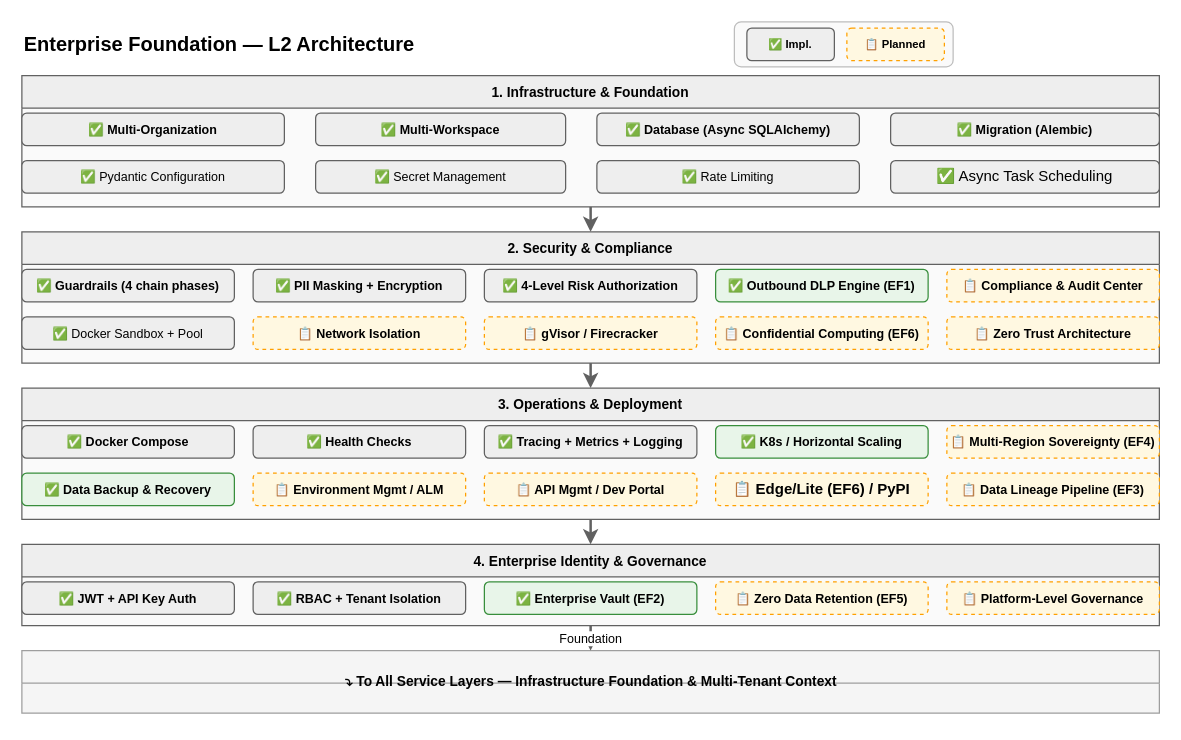
The draw.io diagram docs/design/hardware/enterprise-foundation-l2.drawio in xueyufish/hecate, before the edit. Source tidied: cells renumbered, new cells numbered last; positions are measured from the earlier drawing's top-left corner, leaving out a move shared by most shapes. Both pictures are drawn from the tidied source at 125%, with x=0, y=0 at pixel (21, 21).
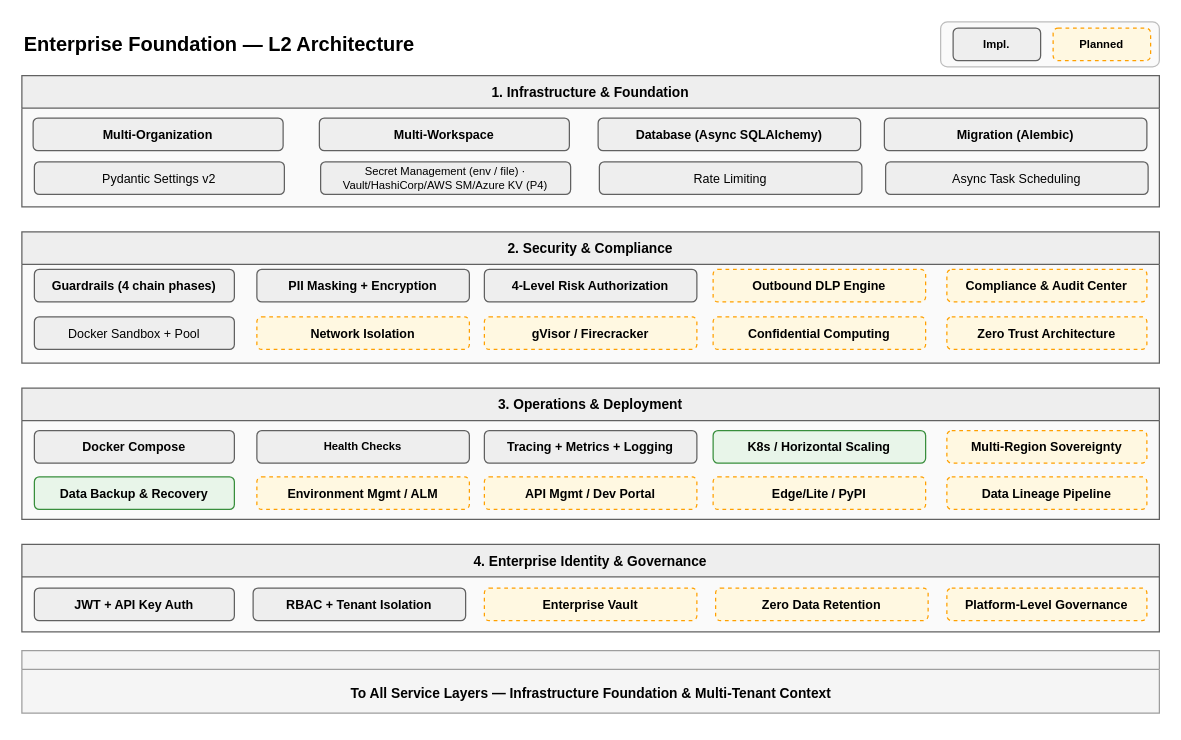
The same diagram, later.

Unchanged cells that the change refers to:
```xml
<mxCell id="6" value="1. Infrastructure &amp; Foundation" style="swimlane;startSize=26;fillColor=#EEEEEE;strokeColor=#616161;fontSize=11;fontStyle=1;swimlaneFillColor=#FAFAFA;" parent="1" vertex="1">
  <mxGeometry y="43" width="910" height="105" as="geometry" />
</mxCell>
<mxCell id="15" value="2. Security &amp; Compliance" style="swimlane;startSize=26;fillColor=#EEEEEE;strokeColor=#616161;fontSize=11;fontStyle=1;swimlaneFillColor=#FAFAFA;" parent="1" vertex="1">
  <mxGeometry y="168" width="910" height="105" as="geometry" />
</mxCell>
<mxCell id="26" value="3. Operations &amp; Deployment" style="swimlane;startSize=26;fillColor=#EEEEEE;strokeColor=#616161;fontSize=11;fontStyle=1;swimlaneFillColor=#FAFAFA;" parent="1" vertex="1">
  <mxGeometry y="293" width="910" height="105" as="geometry" />
</mxCell>
```

Change to the diagram source:
```diff
@@
     <mxCell id="2" style="rounded=1;whiteSpace=wrap;html=1;fillColor=#FAFAFA;strokeColor=#BDBDBD;strokeWidth=1;" parent="1" vertex="1">
-      <mxGeometry x="570" width="175" height="36" as="geometry" />
+      <mxGeometry x="735" width="175" height="36" as="geometry" />
     </mxCell>
-    <mxCell id="3" value="✅ Impl." style="rounded=1;whiteSpace=wrap;html=1;fillColor=#EEEEEE;strokeColor=#616161;fontSize=9;fontStyle=1;" parent="1" vertex="1">
-      <mxGeometry x="580" y="5" width="70" height="26" as="geometry" />
+    <mxCell id="3" value="Impl." style="rounded=1;whiteSpace=wrap;html=1;fillColor=#EEEEEE;strokeColor=#616161;fontSize=9;fontStyle=1;" parent="1" vertex="1">
+      <mxGeometry x="745" y="5" width="70" height="26" as="geometry" />
     </mxCell>
-    <mxCell id="4" value="📋 Planned" style="rounded=1;whiteSpace=wrap;html=1;fillColor=#FFF8E1;strokeColor=#FFA000;fontSize=9;fontStyle=1;dashed=1;" parent="1" vertex="1">
-      <mxGeometry x="660" y="5" width="78" height="26" as="geometry" />
+    <mxCell id="4" value="Planned" style="rounded=1;whiteSpace=wrap;html=1;fillColor=#FFF8E1;strokeColor=#FFA000;fontSize=9;fontStyle=1;dashed=1;" parent="1" vertex="1">
+      <mxGeometry x="825" y="5" width="78" height="26" as="geometry" />
     </mxCell>
@@
-    <mxCell id="7" value="✅ Multi-Organization" style="rounded=1;whiteSpace=wrap;html=1;fillColor=#EEEEEE;strokeColor=#616161;fontSize=10;fontStyle=1;" parent="6" vertex="1">
-      <mxGeometry y="30" width="210" height="26" as="geometry" />
+    <mxCell id="7" value="Multi-Organization" style="rounded=1;whiteSpace=wrap;html=1;fillColor=#EEEEEE;strokeColor=#616161;fontSize=10;fontStyle=1;" parent="6" vertex="1">
+      <mxGeometry x="9" y="34" width="200" height="26" as="geometry" />
     </mxCell>
-    <mxCell id="8" value="✅ Multi-Workspace" style="rounded=1;whiteSpace=wrap;html=1;fillColor=#EEEEEE;strokeColor=#616161;fontSize=10;fontStyle=1;" parent="6" vertex="1">
-      <mxGeometry x="235" y="30" width="200" height="26" as="geometry" />
+    <mxCell id="8" value="Multi-Workspace" style="rounded=1;whiteSpace=wrap;html=1;fillColor=#EEEEEE;strokeColor=#616161;fontSize=10;fontStyle=1;" parent="6" vertex="1">
+      <mxGeometry x="238" y="34" width="200" height="26" as="geometry" />
     </mxCell>
-    <mxCell id="9" value="✅ Database (Async SQLAlchemy)" style="rounded=1;whiteSpace=wrap;html=1;fillColor=#EEEEEE;strokeColor=#616161;fontSize=10;fontStyle=1;" parent="6" vertex="1">
-      <mxGeometry x="460" y="30" width="210" height="26" as="geometry" />
+    <mxCell id="9" value="Database (Async SQLAlchemy)" style="rounded=1;whiteSpace=wrap;html=1;fillColor=#EEEEEE;strokeColor=#616161;fontSize=10;fontStyle=1;" parent="6" vertex="1">
+      <mxGeometry x="461" y="34" width="210" height="26" as="geometry" />
     </mxCell>
-    <mxCell id="10" value="✅ Migration (Alembic)" style="rounded=1;whiteSpace=wrap;html=1;fillColor=#EEEEEE;strokeColor=#616161;fontSize=10;fontStyle=1;" parent="6" vertex="1">
-      <mxGeometry x="695" y="30" width="215" height="26" as="geometry" />
+    <mxCell id="10" value="Migration (Alembic)" style="rounded=1;whiteSpace=wrap;html=1;fillColor=#EEEEEE;strokeColor=#616161;fontSize=10;fontStyle=1;" parent="6" vertex="1">
+      <mxGeometry x="690" y="34" width="210" height="26" as="geometry" />
     </mxCell>
-    <mxCell id="11" value="✅ Pydantic Configuration" style="rounded=1;whiteSpace=wrap;html=1;fillColor=#EEEEEE;strokeColor=#616161;fontSize=10;" parent="6" vertex="1">
-      <mxGeometry y="68" width="210" height="26" as="geometry" />
+    <mxCell id="11" value="Pydantic Settings v2" style="rounded=1;whiteSpace=wrap;html=1;fillColor=#EEEEEE;strokeColor=#616161;fontSize=10;" parent="6" vertex="1">
+      <mxGeometry x="10" y="69" width="200" height="26" as="geometry" />
     </mxCell>
-    <mxCell id="12" value="✅ Secret Management" style="rounded=1;whiteSpace=wrap;html=1;fillColor=#EEEEEE;strokeColor=#616161;fontSize=10;" parent="6" vertex="1">
-      <mxGeometry x="235" y="68" width="200" height="26" as="geometry" />
+    <mxCell id="12" value="Secret Management (env / file) · Vault/HashiCorp/AWS SM/Azure KV (P4)" style="rounded=1;whiteSpace=wrap;html=1;fillColor=#EEEEEE;strokeColor=#616161;fontSize=9;" parent="6" vertex="1">
+      <mxGeometry x="239" y="69" width="200" height="26" as="geometry" />
     </mxCell>
-    <mxCell id="13" value="✅ Rate Limiting" style="rounded=1;whiteSpace=wrap;html=1;fillColor=#EEEEEE;strokeColor=#616161;fontSize=10;" parent="6" vertex="1">
-      <mxGeometry x="460" y="68" width="210" height="26" as="geometry" />
+    <mxCell id="13" value="Rate Limiting" style="rounded=1;whiteSpace=wrap;html=1;fillColor=#EEEEEE;strokeColor=#616161;fontSize=10;" parent="6" vertex="1">
+      <mxGeometry x="462" y="69" width="210" height="26" as="geometry" />
     </mxCell>
-    <mxCell id="14" value="✅ Async Task Scheduling" style="rounded=1;whiteSpace=wrap;html=1;fillColor=#EEEEEE;strokeColor=#616161;fontSize:10;" parent="6" vertex="1">
-      <mxGeometry x="695" y="68" width="215" height="26" as="geometry" />
+    <mxCell id="14" value="Async Task Scheduling" style="rounded=1;whiteSpace=wrap;html=1;fillColor=#EEEEEE;strokeColor=#616161;fontSize:10;fontSize=10;" parent="6" vertex="1">
+      <mxGeometry x="691" y="69" width="210" height="26" as="geometry" />
     </mxCell>
@@
-    <mxCell id="16" value="✅ Guardrails (4 chain phases)" style="rounded=1;whiteSpace=wrap;html=1;fillColor=#EEEEEE;strokeColor=#616161;fontSize=10;fontStyle=1;" parent="15" vertex="1">
-      <mxGeometry y="30" width="170" height="26" as="geometry" />
+    <mxCell id="16" value="Guardrails (4 chain phases)" style="rounded=1;whiteSpace=wrap;html=1;fillColor=#EEEEEE;strokeColor=#616161;fontSize=10;fontStyle=1;" parent="15" vertex="1">
+      <mxGeometry x="10" y="30" width="160" height="26" as="geometry" />
     </mxCell>
-    <mxCell id="17" value="✅ PII Masking + Encryption" style="rounded=1;whiteSpace=wrap;html=1;fillColor=#EEEEEE;strokeColor=#616161;fontSize=10;fontStyle=1;" parent="15" vertex="1">
-      <mxGeometry x="185" y="30" width="170" height="26" as="geometry" />
+    <mxCell id="17" value="PII Masking + Encryption" style="rounded=1;whiteSpace=wrap;html=1;fillColor=#EEEEEE;strokeColor=#616161;fontSize=10;fontStyle=1;" parent="15" vertex="1">
+      <mxGeometry x="188" y="30" width="170" height="26" as="geometry" />
     </mxCell>
-    <mxCell id="18" value="✅ 4-Level Risk Authorization" style="rounded=1;whiteSpace=wrap;html=1;fillColor=#EEEEEE;strokeColor=#616161;fontSize=10;fontStyle=1;" parent="15" vertex="1">
+    <mxCell id="18" value="4-Level Risk Authorization" style="rounded=1;whiteSpace=wrap;html=1;fillColor=#EEEEEE;strokeColor=#616161;fontSize=10;fontStyle=1;" parent="15" vertex="1">
       <mxGeometry x="370" y="30" width="170" height="26" as="geometry" />
     </mxCell>
-    <mxCell id="19" value="✅ Outbound DLP Engine (EF1)" style="rounded=1;whiteSpace=wrap;html=1;fillColor=#E8F5E9;strokeColor=#388E3C;fontSize=10;fontStyle=1;" parent="15" vertex="1">
-      <mxGeometry x="555" y="30" width="170" height="26" as="geometry" />
+    <mxCell id="19" value="Outbound DLP Engine" style="rounded=1;whiteSpace=wrap;html=1;fillColor=#FFF8E1;strokeColor=#FFA000;fontSize=10;fontStyle=1;dashed=1;" parent="15" vertex="1">
+      <mxGeometry x="553" y="30" width="170" height="26" as="geometry" />
     </mxCell>
-    <mxCell id="20" value="📋 Compliance &amp; Audit Center" style="rounded=1;whiteSpace=wrap;html=1;fillColor=#FFF8E1;strokeColor=#FFA000;fontSize=10;fontStyle=1;dashed=1;" parent="15" vertex="1">
-      <mxGeometry x="740" y="30" width="170" height="26" as="geometry" />
+    <mxCell id="20" value="Compliance &amp; Audit Center" style="rounded=1;whiteSpace=wrap;html=1;fillColor=#FFF8E1;strokeColor=#FFA000;fontSize=10;fontStyle=1;dashed=1;" parent="15" vertex="1">
+      <mxGeometry x="740" y="30" width="160" height="26" as="geometry" />
     </mxCell>
-    <mxCell id="21" value="✅ Docker Sandbox + Pool" style="rounded=1;whiteSpace=wrap;html=1;fillColor=#EEEEEE;strokeColor=#616161;fontSize=10;" parent="15" vertex="1">
-      <mxGeometry y="68" width="170" height="26" as="geometry" />
+    <mxCell id="21" value="Docker Sandbox + Pool" style="rounded=1;whiteSpace=wrap;html=1;fillColor=#EEEEEE;strokeColor=#616161;fontSize=10;" parent="15" vertex="1">
+      <mxGeometry x="10" y="68" width="160" height="26" as="geometry" />
     </mxCell>
-    <mxCell id="22" value="📋 Network Isolation" style="rounded=1;whiteSpace=wrap;html=1;fillColor=#FFF8E1;strokeColor=#FFA000;fontSize=10;fontStyle=1;dashed=1;" parent="15" vertex="1">
-      <mxGeometry x="185" y="68" width="170" height="26" as="geometry" />
+    <mxCell id="22" value="Network Isolation" style="rounded=1;whiteSpace=wrap;html=1;fillColor=#FFF8E1;strokeColor=#FFA000;fontSize=10;fontStyle=1;dashed=1;" parent="15" vertex="1">
+      <mxGeometry x="188" y="68" width="170" height="26" as="geometry" />
     </mxCell>
-    <mxCell id="23" value="📋 gVisor / Firecracker" style="rounded=1;whiteSpace=wrap;html=1;fillColor=#FFF8E1;strokeColor=#FFA000;fontSize=10;fontStyle=1;dashed=1;" parent="15" vertex="1">
+    <mxCell id="23" value="gVisor / Firecracker" style="rounded=1;whiteSpace=wrap;html=1;fillColor=#FFF8E1;strokeColor=#FFA000;fontSize=10;fontStyle=1;dashed=1;" parent="15" vertex="1">
       <mxGeometry x="370" y="68" width="170" height="26" as="geometry" />
     </mxCell>
-    <mxCell id="24" value="📋 Confidential Computing (EF6)" style="rounded=1;whiteSpace=wrap;html=1;fillColor=#FFF8E1;strokeColor=#FFA000;fontSize=10;fontStyle=1;dashed=1;" parent="15" vertex="1">
-      <mxGeometry x="555" y="68" width="170" height="26" as="geometry" />
+    <mxCell id="24" value="Confidential Computing" style="rounded=1;whiteSpace=wrap;html=1;fillColor=#FFF8E1;strokeColor=#FFA000;fontSize=10;fontStyle=1;dashed=1;" parent="15" vertex="1">
+      <mxGeometry x="553" y="68" width="170" height="26" as="geometry" />
     </mxCell>
-    <mxCell id="25" value="📋 Zero Trust Architecture" style="rounded=1;whiteSpace=wrap;html=1;fillColor=#FFF8E1;strokeColor=#FFA000;fontSize=10;fontStyle=1;dashed=1;" parent="15" vertex="1">
-      <mxGeometry x="740" y="68" width="170" height="26" as="geometry" />
+    <mxCell id="25" value="Zero Trust Architecture" style="rounded=1;whiteSpace=wrap;html=1;fillColor=#FFF8E1;strokeColor=#FFA000;fontSize=10;fontStyle=1;dashed=1;" parent="15" vertex="1">
+      <mxGeometry x="740" y="68" width="160" height="26" as="geometry" />
     </mxCell>
@@
-    <mxCell id="27" value="✅ Docker Compose" style="rounded=1;whiteSpace=wrap;html=1;fillColor=#EEEEEE;strokeColor=#616161;fontSize=10;fontStyle=1;" parent="26" vertex="1">
-      <mxGeometry y="30" width="170" height="26" as="geometry" />
+    <mxCell id="27" value="Docker Compose" style="rounded=1;whiteSpace=wrap;html=1;fillColor=#EEEEEE;strokeColor=#616161;fontSize=10;fontStyle=1;" parent="26" vertex="1">
+      <mxGeometry x="10" y="34" width="160" height="26" as="geometry" />
     </mxCell>
-    <mxCell id="28" value="✅ Health Checks" style="rounded=1;whiteSpace=wrap;html=1;fillColor=#EEEEEE;strokeColor=#616161;fontSize=10;fontStyle=1;" parent="26" vertex="1">
-      <mxGeometry x="185" y="30" width="170" height="26" as="geometry" />
+    <mxCell id="28" value="Health Checks" style="rounded=1;whiteSpace=wrap;html=1;fillColor=#EEEEEE;strokeColor=#616161;fontSize=9;fontStyle=1;" parent="26" vertex="1">
+      <mxGeometry x="188" y="34" width="170" height="26" as="geometry" />
     </mxCell>
-    <mxCell id="29" value="✅ Tracing + Metrics + Logging" style="rounded=1;whiteSpace=wrap;html=1;fillColor=#EEEEEE;strokeColor=#616161;fontSize=10;fontStyle=1;" parent="26" vertex="1">
-      <mxGeometry x="370" y="30" width="170" height="26" as="geometry" />
+    <mxCell id="29" value="Tracing + Metrics + Logging" style="rounded=1;whiteSpace=wrap;html=1;fillColor=#EEEEEE;strokeColor=#616161;fontSize=10;fontStyle=1;" parent="26" vertex="1">
+      <mxGeometry x="370" y="34" width="170" height="26" as="geometry" />
     </mxCell>
-    <mxCell id="30" value="✅ K8s / Horizontal Scaling" style="rounded=1;whiteSpace=wrap;html=1;fillColor=#E8F5E9;strokeColor=#388E3C;fontSize=10;fontStyle=1;" parent="26" vertex="1">
-      <mxGeometry x="555" y="30" width="170" height="26" as="geometry" />
+    <mxCell id="30" value="K8s / Horizontal Scaling" style="rounded=1;whiteSpace=wrap;html=1;fillColor=#E8F5E9;strokeColor=#388E3C;fontSize=10;fontStyle=1;" parent="26" vertex="1">
+      <mxGeometry x="553" y="34" width="170" height="26" as="geometry" />
     </mxCell>
-    <mxCell id="31" value="📋 Multi-Region Sovereignty (EF4)" style="rounded=1;whiteSpace=wrap;html=1;fillColor=#FFF8E1;strokeColor=#FFA000;fontSize=10;fontStyle=1;dashed=1;" parent="26" vertex="1">
-      <mxGeometry x="740" y="30" width="170" height="26" as="geometry" />
+    <mxCell id="31" value="Multi-Region Sovereignty" style="rounded=1;whiteSpace=wrap;html=1;fillColor=#FFF8E1;strokeColor=#FFA000;fontSize=10;fontStyle=1;dashed=1;" parent="26" vertex="1">
+      <mxGeometry x="740" y="34" width="160" height="26" as="geometry" />
     </mxCell>
-    <mxCell id="32" value="✅ Data Backup &amp; Recovery" style="rounded=1;whiteSpace=wrap;html=1;fillColor=#E8F5E9;strokeColor=#388E3C;fontSize=10;fontStyle=1;" parent="26" vertex="1">
-      <mxGeometry y="68" width="170" height="26" as="geometry" />
+    <mxCell id="32" value="Data Backup &amp; Recovery" style="rounded=1;whiteSpace=wrap;html=1;fillColor=#E8F5E9;strokeColor=#388E3C;fontSize=10;fontStyle=1;" parent="26" vertex="1">
+      <mxGeometry x="10" y="71" width="160" height="26" as="geometry" />
     </mxCell>
-    <mxCell id="33" value="📋 Environment Mgmt / ALM" style="rounded=1;whiteSpace=wrap;html=1;fillColor=#FFF8E1;strokeColor=#FFA000;fontSize=10;fontStyle=1;dashed=1;" parent="26" vertex="1">
-      <mxGeometry x="185" y="68" width="170" height="26" as="geometry" />
+    <mxCell id="33" value="Environment Mgmt / ALM" style="rounded=1;whiteSpace=wrap;html=1;fillColor=#FFF8E1;strokeColor=#FFA000;fontSize=10;fontStyle=1;dashed=1;" parent="26" vertex="1">
+      <mxGeometry x="188" y="71" width="170" height="26" as="geometry" />
     </mxCell>
-    <mxCell id="34" value="📋 API Mgmt / Dev Portal" style="rounded=1;whiteSpace=wrap;html=1;fillColor=#FFF8E1;strokeColor=#FFA000;fontSize=10;fontStyle=1;dashed=1;" parent="26" vertex="1">
-      <mxGeometry x="370" y="68" width="170" height="26" as="geometry" />
+    <mxCell id="34" value="API Mgmt / Dev Portal" style="rounded=1;whiteSpace=wrap;html=1;fillColor=#FFF8E1;strokeColor=#FFA000;fontSize=10;fontStyle=1;dashed=1;" parent="26" vertex="1">
+      <mxGeometry x="370" y="71" width="170" height="26" as="geometry" />
     </mxCell>
-    <mxCell id="35" value="📋 Edge/Lite (EF6) / PyPI" style="rounded=1;whiteSpace=wrap;html=1;fillColor=#FFF8E1;strokeColor=#FFA000;fontSize:10;fontStyle=1;dashed=1;" parent="26" vertex="1">
-      <mxGeometry x="555" y="68" width="170" height="26" as="geometry" />
+    <mxCell id="35" value="Edge/Lite / PyPI" style="rounded=1;whiteSpace=wrap;html=1;fillColor=#FFF8E1;strokeColor=#FFA000;fontSize=10;fontStyle=1;dashed=1;" parent="26" vertex="1">
+      <mxGeometry x="553" y="71" width="170" height="26" as="geometry" />
     </mxCell>
-    <mxCell id="36" value="📋 Data Lineage Pipeline (EF3)" style="rounded=1;whiteSpace=wrap;html=1;fillColor=#FFF8E1;strokeColor=#FFA000;fontSize=10;fontStyle=1;dashed=1;" parent="26" vertex="1">
-      <mxGeometry x="740" y="68" width="170" height="26" as="geometry" />
+    <mxCell id="36" value="Data Lineage Pipeline" style="rounded=1;whiteSpace=wrap;html=1;fillColor=#FFF8E1;strokeColor=#FFA000;fontSize=10;fontStyle=1;dashed=1;" parent="26" vertex="1">
+      <mxGeometry x="740" y="71" width="160" height="26" as="geometry" />
     </mxCell>
     <mxCell id="37" value="4. Enterprise Identity &amp; Governance" style="swimlane;startSize=26;fillColor=#EEEEEE;strokeColor=#616161;fontSize=11;fontStyle=1;swimlaneFillColor=#FAFAFA;" parent="1" vertex="1">
-      <mxGeometry y="418" width="910" height="65" as="geometry" />
+      <mxGeometry y="418" width="910" height="70" as="geometry" />
     </mxCell>
-    <mxCell id="38" value="✅ JWT + API Key Auth" style="rounded=1;whiteSpace=wrap;html=1;fillColor=#EEEEEE;strokeColor=#616161;fontSize=10;fontStyle=1;" parent="37" vertex="1">
-      <mxGeometry y="30" width="170" height="26" as="geometry" />
+    <mxCell id="38" value="JWT + API Key Auth" style="rounded=1;whiteSpace=wrap;html=1;fillColor=#EEEEEE;strokeColor=#616161;fontSize=10;fontStyle=1;" parent="37" vertex="1">
+      <mxGeometry x="10" y="35" width="160" height="26" as="geometry" />
     </mxCell>
-    <mxCell id="39" value="✅ RBAC + Tenant Isolation" style="rounded=1;whiteSpace=wrap;html=1;fillColor=#EEEEEE;strokeColor=#616161;fontSize=10;fontStyle=1;" parent="37" vertex="1">
-      <mxGeometry x="185" y="30" width="170" height="26" as="geometry" />
+    <mxCell id="39" value="RBAC + Tenant Isolation" style="rounded=1;whiteSpace=wrap;html=1;fillColor=#EEEEEE;strokeColor=#616161;fontSize=10;fontStyle=1;" parent="37" vertex="1">
+      <mxGeometry x="185" y="35" width="170" height="26" as="geometry" />
     </mxCell>
-    <mxCell id="40" value="✅ Enterprise Vault (EF2)" style="rounded=1;whiteSpace=wrap;html=1;fillColor=#E8F5E9;strokeColor=#388E3C;fontSize=10;fontStyle=1;" parent="37" vertex="1">
-      <mxGeometry x="370" y="30" width="170" height="26" as="geometry" />
+    <mxCell id="40" value="Enterprise Vault" style="rounded=1;whiteSpace=wrap;html=1;fillColor=#FFF8E1;strokeColor=#FFA000;fontSize=10;fontStyle=1;dashed=1;" parent="37" vertex="1">
+      <mxGeometry x="370" y="35" width="170" height="26" as="geometry" />
     </mxCell>
-    <mxCell id="41" value="📋 Zero Data Retention (EF5)" style="rounded=1;whiteSpace=wrap;html=1;fillColor=#FFF8E1;strokeColor=#FFA000;fontSize=10;fontStyle=1;dashed=1;" parent="37" vertex="1">
-      <mxGeometry x="555" y="30" width="170" height="26" as="geometry" />
+    <mxCell id="41" value="Zero Data Retention" style="rounded=1;whiteSpace=wrap;html=1;fillColor=#FFF8E1;strokeColor=#FFA000;fontSize=10;fontStyle=1;dashed=1;" parent="37" vertex="1">
+      <mxGeometry x="555" y="35" width="170" height="26" as="geometry" />
     </mxCell>
-    <mxCell id="42" value="📋 Platform-Level Governance" style="rounded=1;whiteSpace=wrap;html=1;fillColor=#FFF8E1;strokeColor=#FFA000;fontSize=10;fontStyle=1;dashed=1;" parent="37" vertex="1">
-      <mxGeometry x="740" y="30" width="170" height="26" as="geometry" />
+    <mxCell id="42" value="Platform-Level Governance" style="rounded=1;whiteSpace=wrap;html=1;fillColor=#FFF8E1;strokeColor=#FFA000;fontSize=10;fontStyle=1;dashed=1;" parent="37" vertex="1">
+      <mxGeometry x="740" y="35" width="160" height="26" as="geometry" />
     </mxCell>
-    <mxCell id="43" style="swimlane;startSize=26;fillColor=#F5F5F5;strokeColor=#9E9E9E;fontSize=11;fontStyle=1;swimlaneFillColor=#F5F5F5;" parent="1" vertex="1">
+    <mxCell id="43" style="swimlane;startSize=15;fillColor=#F5F5F5;strokeColor=#9E9E9E;fontSize=11;fontStyle=1;swimlaneFillColor=#F5F5F5;" parent="1" vertex="1">
       <mxGeometry y="503" width="910" height="50" as="geometry" />
     </mxCell>
-    <mxCell id="44" value="⤵  To All Service Layers — Infrastructure Foundation &amp; Multi-Tenant Context" style="text;html=1;fontSize=11;fontStyle=1;align=center;verticalAlign=middle;fillColor=none;strokeColor=none;" parent="43" vertex="1">
-      <mxGeometry x="155" y="5" width="600" height="40" as="geometry" />
+    <mxCell id="44" value="To All Service Layers — Infrastructure Foundation &amp;amp; Multi-Tenant Context" style="text;html=1;fontSize=11;fontStyle=1;align=center;verticalAlign=middle;fillColor=none;strokeColor=none;" parent="43" vertex="1">
+      <mxGeometry x="249" y="14" width="412" height="40" as="geometry" />
     </mxCell>
-    <mxCell id="45" style="edgeStyle=orthogonalEdgeStyle;rounded=1;jettySize=auto;html=1;strokeColor=#616161;strokeWidth=2;exitX=0.5;exitY=1;exitDx=0;exitDy=0;entryX=0.5;entryY=0;entryDx=0;entryDy=0;" parent="1" edge="1" source="6" target="15">
-      <mxGeometry relative="1" as="geometry" />
-    </mxCell>
-    <mxCell id="46" style="edgeStyle=orthogonalEdgeStyle;rounded=1;jettySize=auto;html=1;strokeColor=#616161;strokeWidth=2;exitX=0.5;exitY=1;exitDx=0;exitDy=0;entryX=0.5;entryY=0;entryDx=0;entryDy=0;" parent="1" edge="1" source="15" target="26">
-      <mxGeometry relative="1" as="geometry" />
-    </mxCell>
-    <mxCell id="47" style="edgeStyle=orthogonalEdgeStyle;rounded=1;jettySize=auto;html=1;strokeColor=#616161;strokeWidth=2;exitX=0.5;exitY=1;exitDx=0;exitDy=0;entryX=0.5;entryY=0;entryDx=0;entryDy=0;" parent="1" edge="1" source="26" target="37">
-      <mxGeometry relative="1" as="geometry" />
-    </mxCell>
-    <mxCell id="48" value="Foundation" style="edgeStyle=orthogonalEdgeStyle;rounded=1;jettySize=auto;html=1;strokeColor=#616161;strokeWidth=2;fontSize=10;exitX=0.5;exitY=1;exitDx=0;exitDy=0;entryX=0.5;entryY=0;entryDx=0;entryDy=0;" parent="1" edge="1" source="37" target="43">
-      <mxGeometry relative="1" as="geometry" />
-    </mxCell>
```
